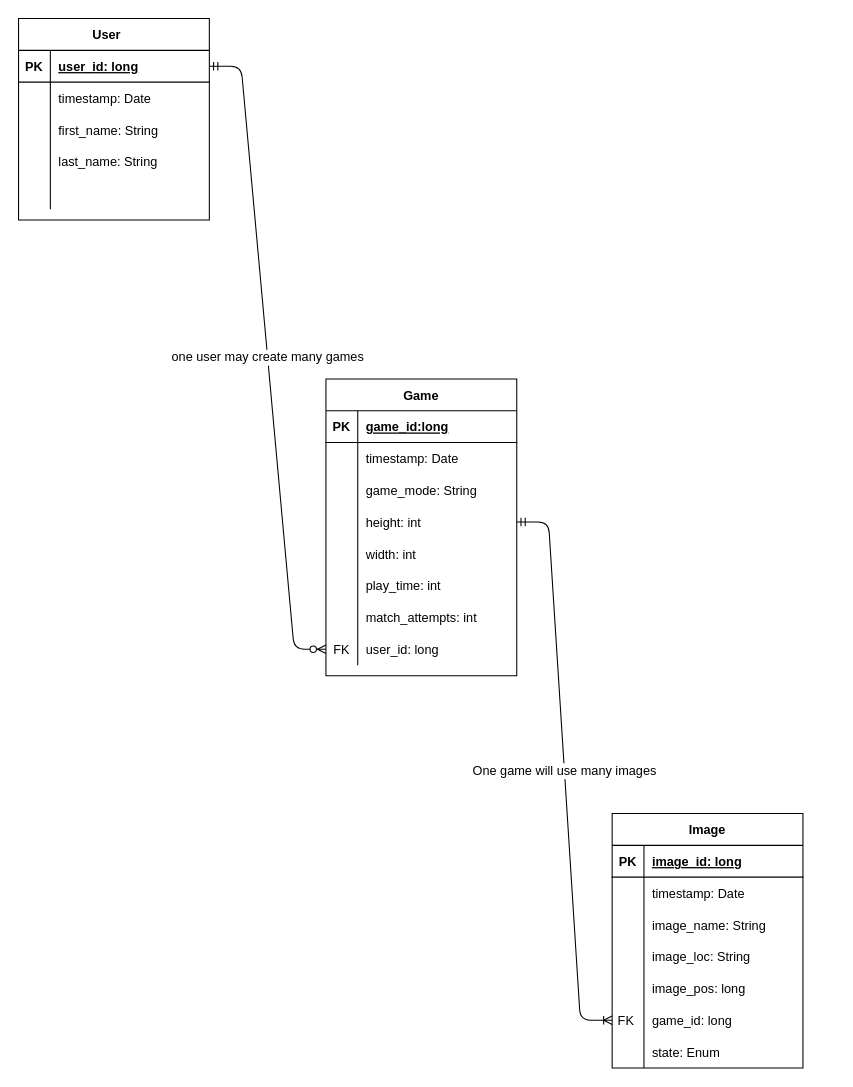
This is docs/work/erd.drawio from ddc-java-13/tile-match, a draw.io file, before an edit. Source tidied: cells renumbered, new cells numbered last; positions are measured from the earlier drawing's top-left corner, leaving out a move shared by most shapes. Both pictures are drawn from the tidied source at 106%, with x=0, y=0 at pixel (18, 18).
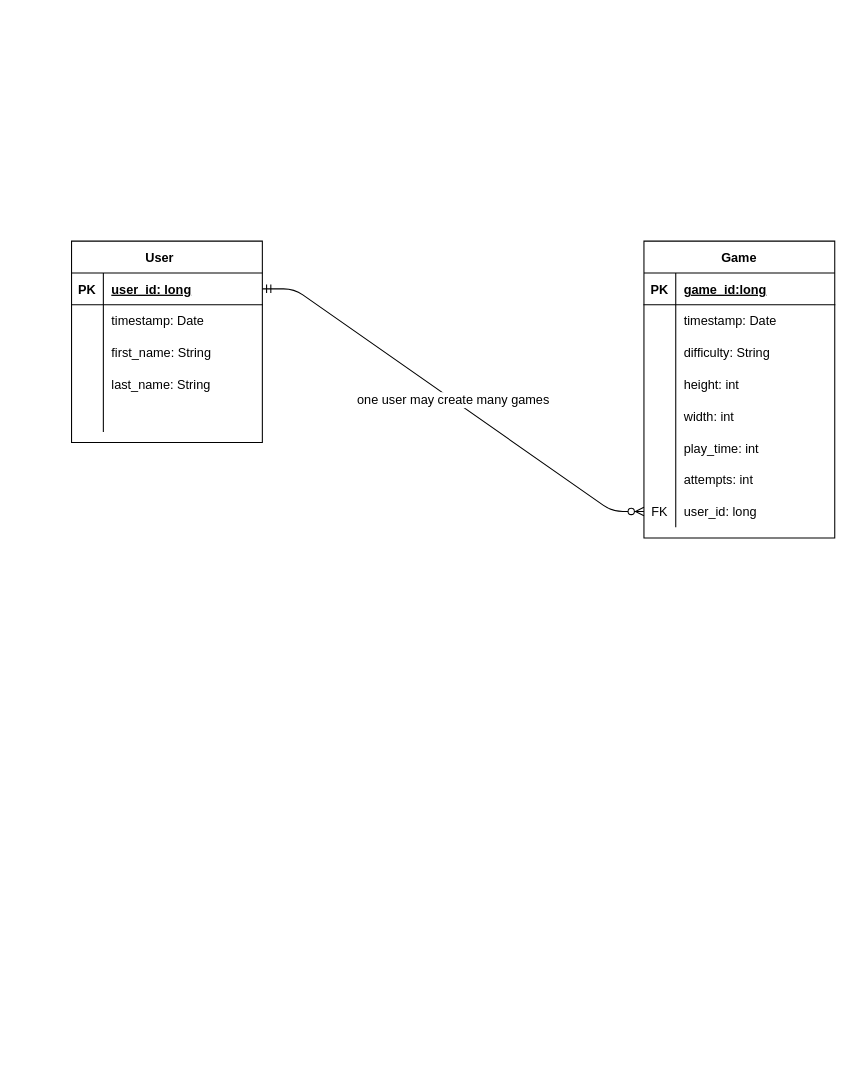
Above is the later version.

The change refers to these unchanged cells:
```xml
<mxCell id="47" style="shape=partialRectangle;fillColor=none;top=0;left=0;bottom=0;right=0;" parent="40" vertex="1">
  <mxGeometry y="90" width="180" height="30" as="geometry" />
</mxCell>
<mxCell id="50" style="shape=partialRectangle;fillColor=none;top=0;left=0;bottom=0;right=0;points=[[0,0.5],[1,0.5]];portConstraint=eastwest;" parent="40" vertex="1">
  <mxGeometry y="120" width="180" height="30" as="geometry" />
</mxCell>
<mxCell id="59" style="shape=partialRectangle;fillColor=none;top=0;left=0;bottom=0;right=0;" parent="40" vertex="1">
  <mxGeometry y="210" width="180" height="30" as="geometry" />
</mxCell>
```

Change to the diagram source:
```diff
@@
     <mxCell id="2" value="User    " style="shape=table;startSize=30;childLayout=tableLayout;rowLines=0;fontStyle=1;align=center;" parent="1" vertex="1">
-      <mxGeometry width="180" height="190" as="geometry" />
+      <mxGeometry x="50" y="210" width="180" height="190" as="geometry" />
     </mxCell>
@@
-    <mxCell id="18" value="Image" style="shape=table;startSize=30;childLayout=tableLayout;rowLines=0;fontStyle=1;align=center;" parent="1" vertex="1">
-      <mxGeometry x="560" y="750" width="180" height="240" as="geometry" />
-    </mxCell>
-    <mxCell id="19" style="shape=partialRectangle;fillColor=none;top=0;left=0;bottom=1;right=0;" parent="18" vertex="1">
-      <mxGeometry y="30" width="180" height="30" as="geometry" />
-    </mxCell>
-    <mxCell id="20" value="PK" style="shape=partialRectangle;fillColor=none;top=0;left=0;bottom=0;right=0;fontStyle=1;overflow=hidden;" parent="19" vertex="1">
-      <mxGeometry width="30" height="30" as="geometry" />
-    </mxCell>
-    <mxCell id="21" value="image_id: long" style="shape=partialRectangle;fillColor=none;top=0;left=0;bottom=0;right=0;align=left;spacingLeft=6;fontStyle=5;overflow=hidden;" parent="19" vertex="1">
-      <mxGeometry x="30" width="150" height="30" as="geometry" />
-    </mxCell>
-    <mxCell id="22" style="shape=partialRectangle;fillColor=none;top=0;left=0;bottom=0;right=0;" parent="18" vertex="1">
-      <mxGeometry y="60" width="180" height="30" as="geometry" />
-    </mxCell>
-    <mxCell id="23" style="shape=partialRectangle;fillColor=none;top=0;left=0;bottom=0;right=0;overflow=hidden;" parent="22" vertex="1">
-      <mxGeometry width="30" height="30" as="geometry" />
-    </mxCell>
-    <mxCell id="24" value="timestamp: Date" style="shape=partialRectangle;fillColor=none;top=0;left=0;bottom=0;right=0;align=left;spacingLeft=6;overflow=hidden;" parent="22" vertex="1">
-      <mxGeometry x="30" width="150" height="30" as="geometry" />
-    </mxCell>
-    <mxCell id="25" style="shape=partialRectangle;fillColor=none;top=0;left=0;bottom=0;right=0;" parent="18" vertex="1">
-      <mxGeometry y="90" width="180" height="30" as="geometry" />
-    </mxCell>
-    <mxCell id="26" style="shape=partialRectangle;fillColor=none;top=0;left=0;bottom=0;right=0;overflow=hidden;" parent="25" vertex="1">
-      <mxGeometry width="30" height="30" as="geometry" />
-    </mxCell>
-    <mxCell id="27" value="image_name: String" style="shape=partialRectangle;fillColor=none;top=0;left=0;bottom=0;right=0;align=left;spacingLeft=6;overflow=hidden;" parent="25" vertex="1">
-      <mxGeometry x="30" width="150" height="30" as="geometry" />
-    </mxCell>
-    <mxCell id="28" style="shape=partialRectangle;fillColor=none;top=0;left=0;bottom=0;right=0;" parent="18" vertex="1">
-      <mxGeometry y="120" width="180" height="30" as="geometry" />
-    </mxCell>
-    <mxCell id="29" style="shape=partialRectangle;fillColor=none;top=0;left=0;bottom=0;right=0;overflow=hidden;" parent="28" vertex="1">
-      <mxGeometry width="30" height="30" as="geometry" />
-    </mxCell>
-    <mxCell id="30" value="image_loc: String" style="shape=partialRectangle;fillColor=none;top=0;left=0;bottom=0;right=0;align=left;spacingLeft=6;overflow=hidden;" parent="28" vertex="1">
-      <mxGeometry x="30" width="150" height="30" as="geometry" />
-    </mxCell>
-    <mxCell id="31" style="shape=partialRectangle;fillColor=none;top=0;left=0;bottom=0;right=0;" parent="18" vertex="1">
-      <mxGeometry y="150" width="180" height="30" as="geometry" />
-    </mxCell>
-    <mxCell id="32" style="shape=partialRectangle;fillColor=none;top=0;left=0;bottom=0;right=0;overflow=hidden;" parent="31" vertex="1">
-      <mxGeometry width="30" height="30" as="geometry" />
-    </mxCell>
-    <mxCell id="33" value="image_pos: long" style="shape=partialRectangle;fillColor=none;top=0;left=0;bottom=0;right=0;align=left;spacingLeft=6;overflow=hidden;" parent="31" vertex="1">
-      <mxGeometry x="30" width="150" height="30" as="geometry" />
-    </mxCell>
-    <mxCell id="34" style="shape=partialRectangle;fillColor=none;top=0;left=0;bottom=0;right=0;points=[[0,0.5],[1,0.5]];portConstraint=eastwest;" parent="18" vertex="1">
-      <mxGeometry y="180" width="180" height="30" as="geometry" />
-    </mxCell>
-    <mxCell id="35" value="FK " style="shape=partialRectangle;fillColor=none;top=0;left=0;bottom=0;right=0;overflow=hidden;" parent="34" vertex="1">
-      <mxGeometry width="30" height="30" as="geometry" />
-    </mxCell>
-    <mxCell id="36" value="game_id: long" style="shape=partialRectangle;fillColor=none;top=0;left=0;bottom=0;right=0;align=left;spacingLeft=6;overflow=hidden;" parent="34" vertex="1">
-      <mxGeometry x="30" width="150" height="30" as="geometry" />
-    </mxCell>
-    <mxCell id="37" style="shape=partialRectangle;fillColor=none;top=0;left=0;bottom=0;right=0;" parent="18" vertex="1">
-      <mxGeometry y="210" width="180" height="30" as="geometry" />
-    </mxCell>
-    <mxCell id="38" style="shape=partialRectangle;fillColor=none;top=0;left=0;bottom=0;right=0;overflow=hidden;" parent="37" vertex="1">
-      <mxGeometry width="30" height="30" as="geometry" />
-    </mxCell>
-    <mxCell id="39" value="state: Enum" style="shape=partialRectangle;fillColor=none;top=0;left=0;bottom=0;right=0;align=left;spacingLeft=6;overflow=hidden;" parent="37" vertex="1">
-      <mxGeometry x="30" width="150" height="30" as="geometry" />
-    </mxCell>
     <mxCell id="40" value="Game" style="shape=table;startSize=30;childLayout=tableLayout;rowLines=0;fontStyle=1;align=center;" parent="1" vertex="1">
-      <mxGeometry x="290" y="340" width="180" height="280" as="geometry" />
+      <mxGeometry x="590" y="210" width="180" height="280" as="geometry" />
     </mxCell>
@@
-    <mxCell id="49" value="game_mode: String" style="shape=partialRectangle;fillColor=none;top=0;left=0;bottom=0;right=0;align=left;spacingLeft=6;overflow=hidden;" parent="47" vertex="1">
+    <mxCell id="49" value="difficulty: String" style="shape=partialRectangle;fillColor=none;top=0;left=0;bottom=0;right=0;align=left;spacingLeft=6;overflow=hidden;" parent="47" vertex="1">
       <mxGeometry x="30" width="150" height="30" as="geometry" />
     </mxCell>
@@
-    <mxCell id="61" value="match_attempts: int" style="shape=partialRectangle;fillColor=none;top=0;left=0;bottom=0;right=0;align=left;spacingLeft=6;overflow=hidden;" parent="59" vertex="1">
+    <mxCell id="61" value="attempts: int" style="shape=partialRectangle;fillColor=none;top=0;left=0;bottom=0;right=0;align=left;spacingLeft=6;overflow=hidden;" parent="59" vertex="1">
       <mxGeometry x="30" width="150" height="30" as="geometry" />
     </mxCell>
@@
-    <mxCell id="66" value="One game will use many images" style="edgeStyle=entityRelationEdgeStyle;fontSize=12;html=1;endArrow=ERoneToMany;entryX=0;entryY=0.5;entryDx=0;entryDy=0;startArrow=ERmandOne;startFill=0;exitX=1;exitY=0.5;exitDx=0;exitDy=0;" parent="1" edge="1" source="50" target="34">
-      <mxGeometry relative="1" as="geometry" />
-    </mxCell>
```
